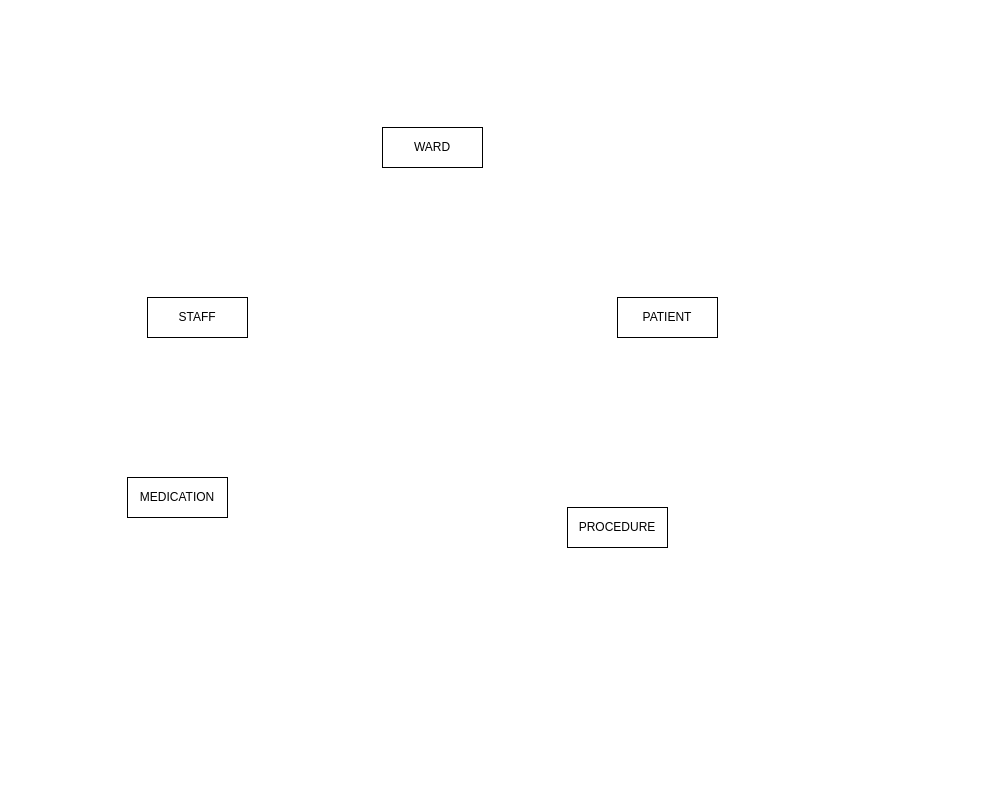
alexwhite1995/Assignments keeps this draw.io diagram as Untitled Diagram.drawio. Above is the earlier version. Source tidied: cells renumbered, new cells numbered last; positions are measured from the earlier drawing's top-left corner, leaving out a move shared by most shapes. Both pictures are drawn from the tidied source at 100%, with x=0, y=0 at pixel (127, 127).
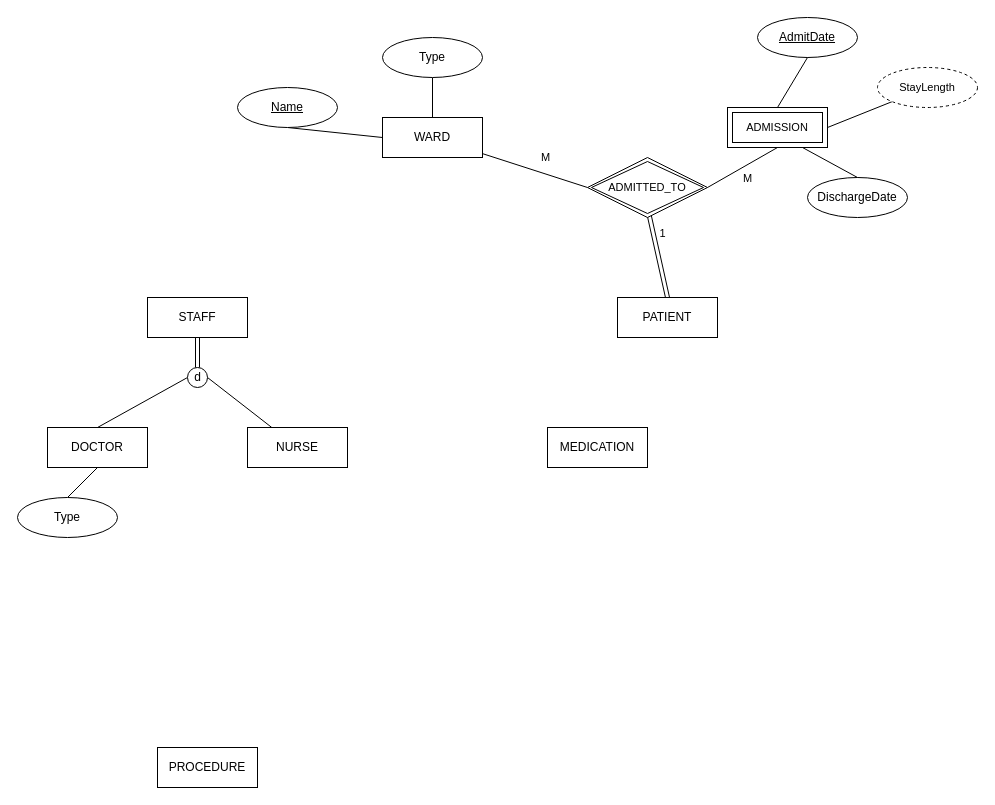
The same diagram, later.

The change refers to these unchanged cells:
```xml
<mxCell id="2" value="PATIENT" style="whiteSpace=wrap;html=1;align=center;" parent="1" vertex="1">
  <mxGeometry x="490" y="170" width="100" height="40" as="geometry" />
</mxCell>
<mxCell id="3" value="STAFF" style="whiteSpace=wrap;html=1;align=center;" parent="1" vertex="1">
  <mxGeometry x="20" y="170" width="100" height="40" as="geometry" />
</mxCell>
```

Diff of the diagram source:
```diff
@@
     <mxCell id="4" value="MEDICATION" style="whiteSpace=wrap;html=1;align=center;" parent="1" vertex="1">
-      <mxGeometry y="350" width="100" height="40" as="geometry" />
+      <mxGeometry x="420" y="300" width="100" height="40" as="geometry" />
     </mxCell>
     <mxCell id="5" value="PROCEDURE" style="whiteSpace=wrap;html=1;align=center;" parent="1" vertex="1">
-      <mxGeometry x="440" y="380" width="100" height="40" as="geometry" />
+      <mxGeometry x="30" y="620" width="100" height="40" as="geometry" />
     </mxCell>
+    <mxCell id="7" style="rounded=0;jettySize=auto;html=1;exitX=0;exitY=0.5;exitDx=0;exitDy=0;entryX=0.5;entryY=1;entryDx=0;entryDy=0;endArrow=none;endFill=0;" parent="1" edge="1" source="6" target="22">
+      <mxGeometry relative="1" as="geometry" />
+    </mxCell>
+    <mxCell id="8" style="edgeStyle=orthogonalEdgeStyle;rounded=0;jettySize=auto;html=1;exitX=0.5;exitY=0;exitDx=0;exitDy=0;entryX=0.5;entryY=1;entryDx=0;entryDy=0;endArrow=none;endFill=0;" parent="1" edge="1" source="6" target="23">
+      <mxGeometry relative="1" as="geometry" />
+    </mxCell>
     <mxCell id="6" value="WARD" style="whiteSpace=wrap;html=1;align=center;" parent="1" vertex="1">
-      <mxGeometry x="255" width="100" height="40" as="geometry" />
+      <mxGeometry x="255" y="-10" width="100" height="40" as="geometry" />
     </mxCell>
+    <mxCell id="9" value="DOCTOR" style="whiteSpace=wrap;html=1;align=center;" parent="1" vertex="1">
+      <mxGeometry x="-80" y="300" width="100" height="40" as="geometry" />
+    </mxCell>
+    <mxCell id="10" value="NURSE" style="whiteSpace=wrap;html=1;align=center;" parent="1" vertex="1">
+      <mxGeometry x="120" y="300" width="100" height="40" as="geometry" />
+    </mxCell>
+    <mxCell id="11" style="rounded=0;jettySize=auto;html=1;exitX=0.5;exitY=0;exitDx=0;exitDy=0;entryX=0.5;entryY=1;entryDx=0;entryDy=0;endArrow=none;endFill=0;" parent="1" edge="1" source="12" target="9">
+      <mxGeometry relative="1" as="geometry" />
+    </mxCell>
+    <mxCell id="12" value="Type" style="ellipse;whiteSpace=wrap;html=1;align=center;" parent="1" vertex="1">
+      <mxGeometry x="-110" y="370" width="100" height="40" as="geometry" />
+    </mxCell>
+    <mxCell id="13" style="rounded=0;jettySize=auto;html=1;exitX=0;exitY=0.5;exitDx=0;exitDy=0;exitPerimeter=0;entryX=0.5;entryY=0;entryDx=0;entryDy=0;endArrow=none;endFill=0;" parent="1" edge="1" source="15" target="9">
+      <mxGeometry relative="1" as="geometry" />
+    </mxCell>
+    <mxCell id="14" style="rounded=0;jettySize=auto;html=1;exitX=1;exitY=0.5;exitDx=0;exitDy=0;exitPerimeter=0;endArrow=none;endFill=0;" parent="1" edge="1" source="15" target="10">
+      <mxGeometry relative="1" as="geometry" />
+    </mxCell>
+    <mxCell id="15" value="d" style="verticalLabelPosition=middle;verticalAlign=middle;html=1;shape=mxgraph.flowchart.on-page_reference;labelPosition=center;align=center;" parent="1" vertex="1">
+      <mxGeometry x="60" y="240" width="20" height="20" as="geometry" />
+    </mxCell>
+    <mxCell id="16" style="edgeStyle=orthogonalEdgeStyle;rounded=0;orthogonalLoop=1;jettySize=auto;html=1;exitX=0.5;exitY=1;exitDx=0;exitDy=0;" parent="1" edge="1" source="3" target="3">
+      <mxGeometry relative="1" as="geometry" />
+    </mxCell>
+    <mxCell id="17" style="endArrow=none;html=1;rounded=0;exitX=0.5;exitY=1;exitDx=0;exitDy=0;entryX=0.5;entryY=0;entryDx=0;entryDy=0;entryPerimeter=0;horizontal=1;shape=link;" parent="1" edge="1" source="3" target="15">
+      <mxGeometry relative="1" as="geometry" />
+    </mxCell>
+    <mxCell id="18" style="rounded=0;jettySize=auto;html=1;endArrow=none;endFill=0;exitX=0;exitY=0.5;exitDx=0;exitDy=0;" parent="1" edge="1" source="26" target="6">
+      <mxGeometry relative="1" as="geometry" />
+    </mxCell>
+    <mxCell id="19" value="M" style="edgeLabel;html=1;align=center;verticalAlign=middle;" parent="18" vertex="1">
+      <mxGeometry x="0.07" y="-1" relative="1" as="geometry">
+        <mxPoint x="13" y="-11" as="offset" />
+      </mxGeometry>
+    </mxCell>
+    <mxCell id="20" style="rounded=0;jettySize=auto;html=1;exitX=0.5;exitY=0;exitDx=0;exitDy=0;entryX=0.5;entryY=0.833;entryDx=0;entryDy=0;entryPerimeter=0;endArrow=none;endFill=0;shape=link;" parent="1" edge="1" source="2" target="26">
+      <mxGeometry relative="1" as="geometry" />
+    </mxCell>
+    <mxCell id="21" value="1" style="edgeLabel;html=1;align=center;verticalAlign=middle;" parent="20" vertex="1">
+      <mxGeometry x="0.01" y="-2" relative="1" as="geometry">
+        <mxPoint x="3" y="-18" as="offset" />
+      </mxGeometry>
+    </mxCell>
+    <mxCell id="22" value="&lt;u&gt;Name&lt;/u&gt;" style="ellipse;whiteSpace=wrap;html=1;align=center;" parent="1" vertex="1">
+      <mxGeometry x="110" y="-40" width="100" height="40" as="geometry" />
+    </mxCell>
+    <mxCell id="23" value="Type" style="ellipse;whiteSpace=wrap;html=1;align=center;" parent="1" vertex="1">
+      <mxGeometry x="255" y="-90" width="100" height="40" as="geometry" />
+    </mxCell>
+    <mxCell id="24" value="AdmitDate" style="ellipse;whiteSpace=wrap;html=1;align=center;fontStyle=4;" parent="1" vertex="1">
+      <mxGeometry x="630" y="-110" width="100" height="40" as="geometry" />
+    </mxCell>
+    <mxCell id="25" value="DischargeDate" style="ellipse;whiteSpace=wrap;html=1;align=center;" parent="1" vertex="1">
+      <mxGeometry x="680" y="50" width="100" height="40" as="geometry" />
+    </mxCell>
+    <mxCell id="26" value="ADMITTED_TO" style="shape=rhombus;double=1;perimeter=rhombusPerimeter;whiteSpace=wrap;html=1;align=center;fontFamily=Helvetica;fontSize=11;fontColor=default;labelBackgroundColor=default;" parent="1" vertex="1">
+      <mxGeometry x="460" y="30" width="120" height="60" as="geometry" />
+    </mxCell>
+    <mxCell id="27" style="edgeStyle=none;rounded=0;jettySize=auto;html=1;exitX=0.5;exitY=1;exitDx=0;exitDy=0;entryX=1;entryY=0.5;entryDx=0;entryDy=0;strokeColor=default;align=center;verticalAlign=middle;fontFamily=Helvetica;fontSize=11;fontColor=default;labelBackgroundColor=default;endArrow=none;endFill=0;" parent="1" edge="1" source="32" target="26">
+      <mxGeometry relative="1" as="geometry" />
+    </mxCell>
+    <mxCell id="28" value="M" style="edgeLabel;html=1;align=center;verticalAlign=middle;fontFamily=Helvetica;fontSize=11;fontColor=default;labelBackgroundColor=default;" parent="27" vertex="1">
+      <mxGeometry x="0.28" y="1" relative="1" as="geometry">
+        <mxPoint x="14" y="4" as="offset" />
+      </mxGeometry>
+    </mxCell>
+    <mxCell id="29" style="edgeStyle=none;rounded=0;jettySize=auto;html=1;exitX=0.5;exitY=1;exitDx=0;exitDy=0;entryX=0.5;entryY=0;entryDx=0;entryDy=0;strokeColor=default;align=center;verticalAlign=middle;fontFamily=Helvetica;fontSize=11;fontColor=default;labelBackgroundColor=default;endArrow=none;endFill=0;" parent="1" edge="1" source="24" target="32">
+      <mxGeometry relative="1" as="geometry" />
+    </mxCell>
+    <mxCell id="30" style="edgeStyle=none;rounded=0;jettySize=auto;html=1;exitX=0.5;exitY=0;exitDx=0;exitDy=0;entryX=0.75;entryY=1;entryDx=0;entryDy=0;strokeColor=default;align=center;verticalAlign=middle;fontFamily=Helvetica;fontSize=11;fontColor=default;labelBackgroundColor=default;endArrow=none;endFill=0;" parent="1" edge="1" source="25" target="32">
+      <mxGeometry relative="1" as="geometry" />
+    </mxCell>
+    <mxCell id="31" style="edgeStyle=none;rounded=0;jettySize=auto;html=1;exitX=1;exitY=0.5;exitDx=0;exitDy=0;entryX=0;entryY=1;entryDx=0;entryDy=0;strokeColor=default;align=center;verticalAlign=middle;fontFamily=Helvetica;fontSize=11;fontColor=default;labelBackgroundColor=default;endArrow=none;endFill=0;" parent="1" edge="1" source="32" target="33">
+      <mxGeometry relative="1" as="geometry" />
+    </mxCell>
+    <mxCell id="32" value="ADMISSION" style="shape=ext;margin=3;double=1;whiteSpace=wrap;html=1;align=center;fontFamily=Helvetica;fontSize=11;fontColor=default;labelBackgroundColor=default;" parent="1" vertex="1">
+      <mxGeometry x="600" y="-20" width="100" height="40" as="geometry" />
+    </mxCell>
+    <mxCell id="33" value="StayLength" style="ellipse;whiteSpace=wrap;html=1;align=center;dashed=1;fontFamily=Helvetica;fontSize=11;fontColor=default;labelBackgroundColor=default;" parent="1" vertex="1">
+      <mxGeometry x="750" y="-60" width="100" height="40" as="geometry" />
+    </mxCell>
```
